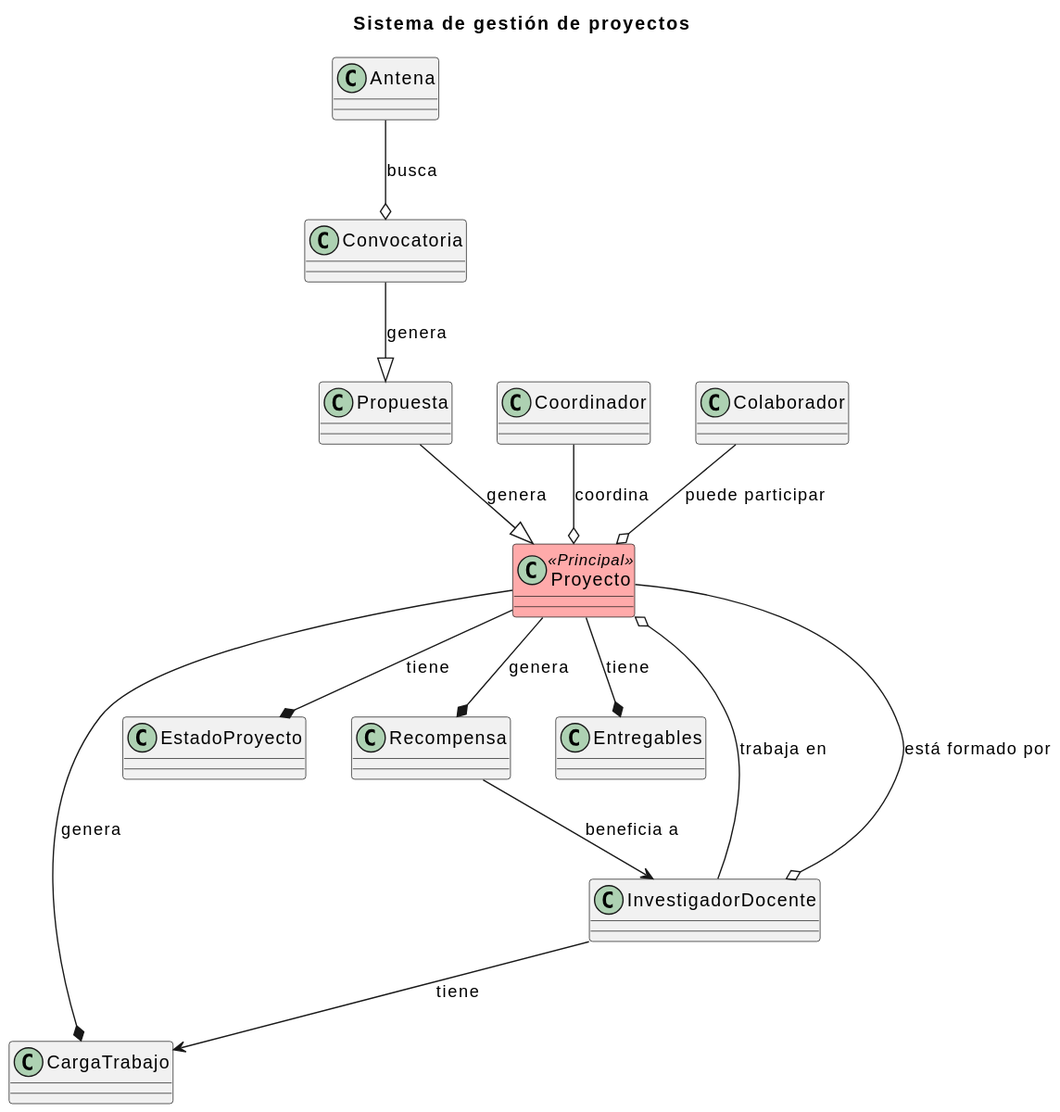
The PlantUML diagram documentación/ModeloDelDominio/Imagenes/Clases/ClasesProyecto.svg in 31Diego/25-26-IdSw1-SdR, before a commit.
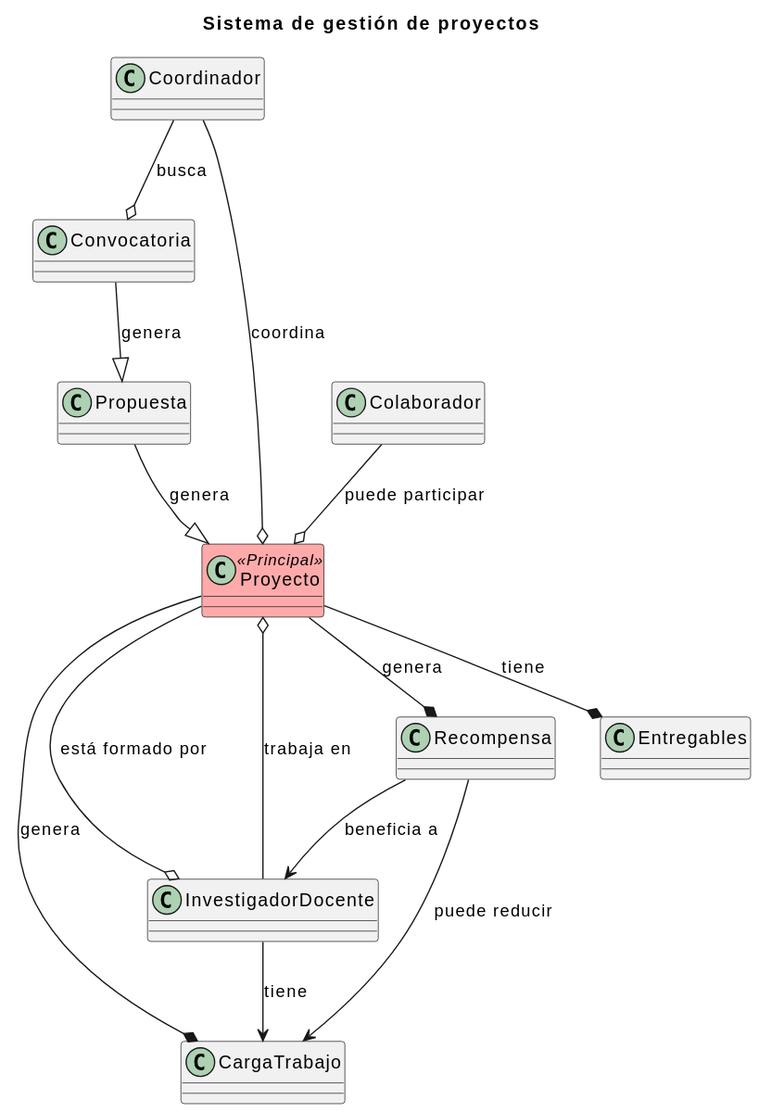
The same file after the commit.

Commit message:
svgs diagramas ajustados

Change to the diagram source:
```diff
@@ -26,9 +26,6 @@
 
 }
 
-class Antena{
-
-}
 
 class Colaborador{
 
@@ -37,9 +34,7 @@
 
 
 
-class EstadoProyecto{
 
-}
 
 class CargaTrabajo{
 
@@ -59,14 +54,14 @@
 Propuesta --|> Proyecto: genera
 
 Proyecto --o InvestigadorDocente: está formado por
-Proyecto --* EstadoProyecto: tiene
 Proyecto --* Entregables: tiene
 Proyecto --* CargaTrabajo: genera
 Proyecto --* Recompensa: genera
 
 Coordinador --o Proyecto: coordina
+Coordinador --o Convocatoria: busca
 
-Antena --o Convocatoria: busca
+
 
 Colaborador --o Proyecto: puede participar
 
@@ -74,4 +69,5 @@
 InvestigadorDocente --o Proyecto: trabaja en
 
 Recompensa --> InvestigadorDocente: beneficia a
+Recompensa --> CargaTrabajo: puede reducir
 @enduml
```
